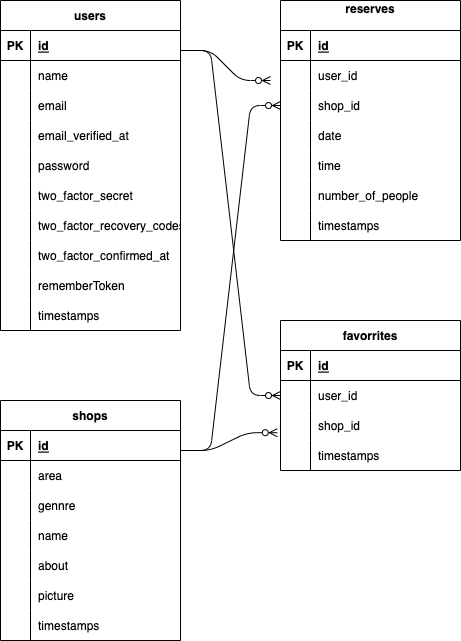
Before: Req/ER.drawio.png, a diagram exported from draw.io (EpilonPhoenix/Rese). Source tidied: cells renumbered, new cells last; positions are measured from the earlier drawing's top-left corner, leaving out a move shared by most shapes.
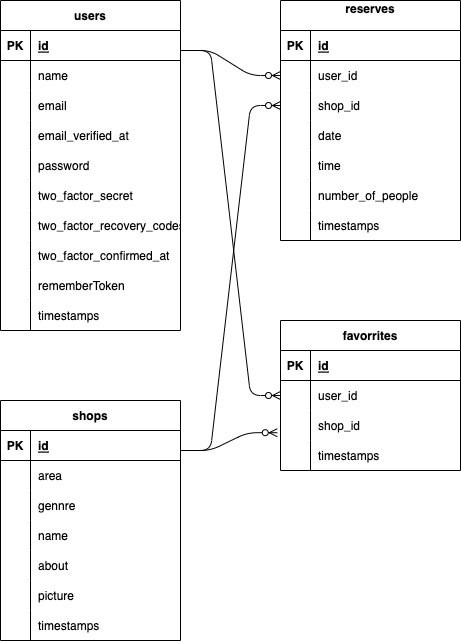
The same file after the commit.

What changed in the source:
```diff
@@ -266,10 +266,9 @@
     <mxCell id="89" value="timestamps" style="shape=partialRectangle;fillColor=none;top=0;left=0;bottom=0;right=0;align=left;spacingLeft=6;overflow=hidden;" parent="87" vertex="1">
       <mxGeometry x="30" width="150" height="30" as="geometry" />
     </mxCell>
-    <mxCell id="90" style="edgeStyle=entityRelationEdgeStyle;fontSize=12;html=1;endArrow=ERzeroToMany;endFill=1;" parent="1" edge="1">
+    <mxCell id="90" style="edgeStyle=entityRelationEdgeStyle;fontSize=12;html=1;endArrow=ERzeroToMany;endFill=1;entryX=0;entryY=0.5;entryDx=0;entryDy=0;" parent="1" edge="1" target="59">
       <mxGeometry relative="1" as="geometry">
         <mxPoint x="180" y="50" as="sourcePoint" />
-        <mxPoint x="270" y="80" as="targetPoint" />
       </mxGeometry>
     </mxCell>
     <mxCell id="91" style="edgeStyle=entityRelationEdgeStyle;fontSize=12;html=1;endArrow=ERzeroToMany;endFill=1;entryX=0;entryY=0.5;entryDx=0;entryDy=0;" parent="1" edge="1" target="81">
```
